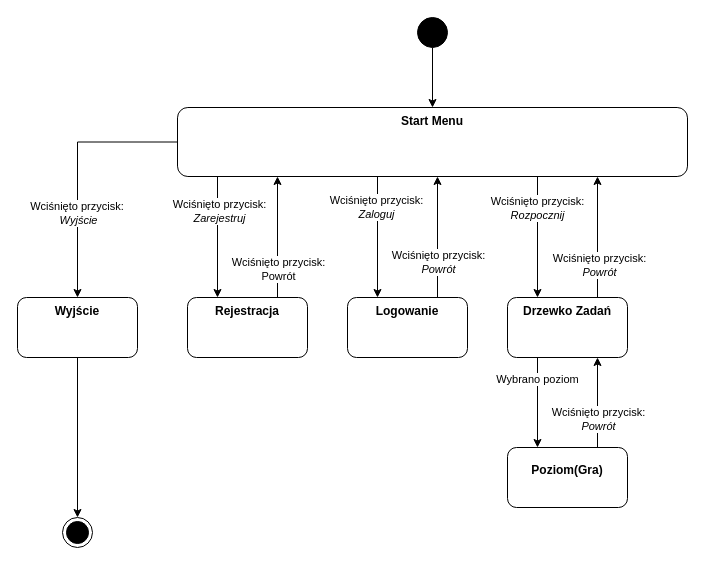
Above: page "maszyna_stanów_aplikacji" (10 of 19) of plan.drawio in bravePeer/BScThesis (draw.io), before the change. Source tidied: cells renumbered, new cells numbered last; positions are measured from the earlier drawing's top-left corner, leaving out a move shared by most shapes. Both pictures are drawn from the tidied source at 100%, with x=0, y=0 at pixel (17, 17).
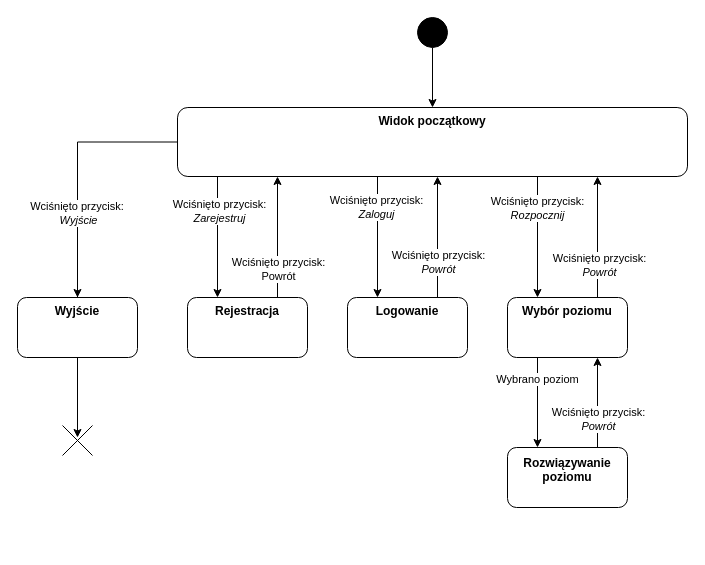
The same page after the edit.

The change refers to these unchanged cells:
```xml
<mxCell id="17" value="&lt;b&gt;Wyjście&lt;/b&gt;" style="rounded=1;whiteSpace=wrap;html=1;verticalAlign=top;" parent="1" vertex="1">
  <mxGeometry y="280" width="120" height="60" as="geometry" />
</mxCell>
```

What changed in the source:
```diff
@@
-    <mxCell id="10" value="&lt;b&gt;Start Menu&lt;br&gt;&lt;/b&gt;" style="rounded=1;whiteSpace=wrap;html=1;verticalAlign=top;points=[[0,0,0,0,0],[0,0.25,0,0,0],[0,0.5,0,0,0],[0,0.75,0,0,0],[0,1,0,0,0],[0,1,0,40,0],[0,1,0,100,0],[0,1,0,200,0],[0,1,0,260,0],[0,1,0,360,0],[0,1,0,420,0],[0.25,0,0,0,0],[0.5,0,0,0,0],[0.75,0,0,0,0],[0.95,1,0,0,0],[1,0,0,0,0],[1,0.25,0,0,0],[1,0.5,0,0,0],[1,0.75,0,0,0],[1,1,0,0,0]];" parent="1" vertex="1">
+    <mxCell id="10" value="&lt;b&gt;Widok początkowy&lt;br&gt;&lt;/b&gt;" style="rounded=1;whiteSpace=wrap;html=1;verticalAlign=top;points=[[0,0,0,0,0],[0,0.25,0,0,0],[0,0.5,0,0,0],[0,0.75,0,0,0],[0,1,0,0,0],[0,1,0,40,0],[0,1,0,100,0],[0,1,0,200,0],[0,1,0,260,0],[0,1,0,360,0],[0,1,0,420,0],[0.25,0,0,0,0],[0.5,0,0,0,0],[0.75,0,0,0,0],[0.95,1,0,0,0],[1,0,0,0,0],[1,0.25,0,0,0],[1,0.5,0,0,0],[1,0.75,0,0,0],[1,1,0,0,0]];" parent="1" vertex="1">
       <mxGeometry x="160" y="90" width="510" height="69" as="geometry" />
     </mxCell>
@@
-    <mxCell id="13" value="&lt;b&gt;Drzewko Zadań&lt;/b&gt;&lt;br&gt;" style="rounded=1;whiteSpace=wrap;html=1;verticalAlign=top;" parent="1" vertex="1">
+    <mxCell id="13" value="&lt;b&gt;Wybór poziomu&lt;/b&gt;" style="rounded=1;whiteSpace=wrap;html=1;verticalAlign=top;" parent="1" vertex="1">
       <mxGeometry x="490" y="280" width="120" height="60" as="geometry" />
     </mxCell>
@@
-    <mxCell id="16" style="edgeStyle=orthogonalEdgeStyle;rounded=0;jettySize=auto;html=1;exitX=0.5;exitY=1;exitDx=0;exitDy=0;" parent="1" edge="1" source="17" target="23">
-      <mxGeometry relative="1" as="geometry" />
+    <mxCell id="16" style="edgeStyle=orthogonalEdgeStyle;rounded=0;orthogonalLoop=1;jettySize=auto;html=1;exitX=0.5;exitY=1;exitDx=0;exitDy=0;" parent="1" edge="1">
+      <mxGeometry relative="1" as="geometry">
+        <mxPoint x="60" y="260" as="sourcePoint" />
+        <mxPoint x="60" y="420" as="targetPoint" />
+      </mxGeometry>
     </mxCell>
@@
-    <mxCell id="20" value="&lt;b&gt;Poziom(Gra)&lt;/b&gt;&lt;br&gt;&lt;i style=&quot;&quot;&gt;&lt;br&gt;&lt;/i&gt;" style="rounded=1;whiteSpace=wrap;html=1;" parent="1" vertex="1">
+    <mxCell id="20" value="&lt;b&gt;Rozwiązywanie poziomu&lt;/b&gt;&lt;br&gt;&lt;i style=&quot;&quot;&gt;&lt;br&gt;&lt;/i&gt;" style="rounded=1;whiteSpace=wrap;html=1;" parent="1" vertex="1">
       <mxGeometry x="490" y="430" width="120" height="60" as="geometry" />
     </mxCell>
@@
-    <mxCell id="23" style="ellipse;html=1;shape=endState;fillColor=strokeColor;" parent="1" vertex="1">
-      <mxGeometry x="45" y="500" width="30" height="30" as="geometry" />
-    </mxCell>
@@
+    <mxCell id="30" style="shape=umlDestroy;html=1;" parent="1" vertex="1">
+      <mxGeometry x="45" y="408" width="30" height="30" as="geometry" />
+    </mxCell>
```
